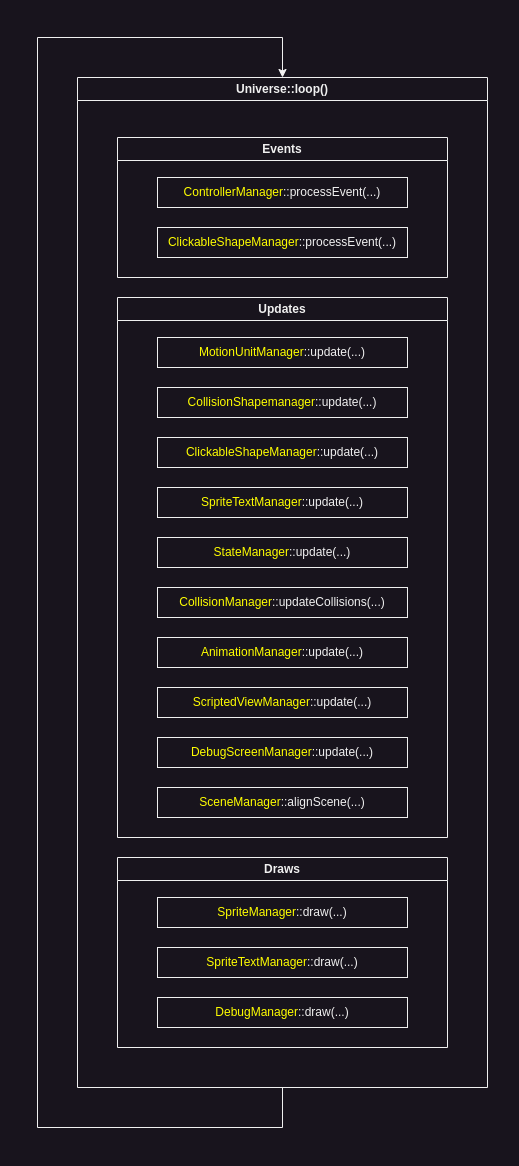
Before: notes/Loop.drawio.png, a diagram exported from draw.io (codeandjoy/SGE). Source tidied: cells renumbered, new cells last; positions are measured from the earlier drawing's top-left corner, leaving out a move shared by most shapes.
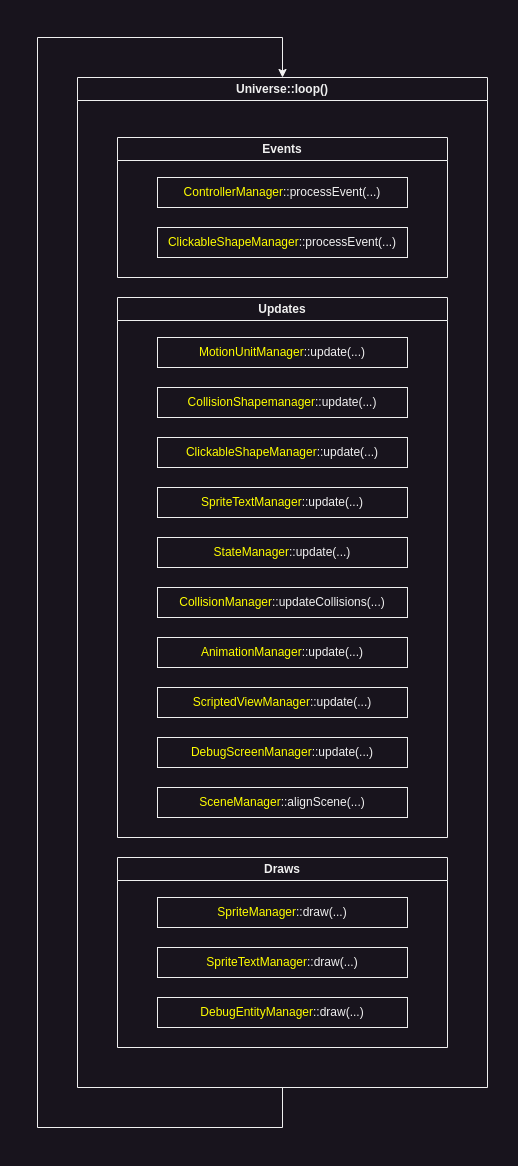
The same file after the commit.

Diff of the diagram source:
```diff
@@ -14,7 +14,7 @@
     <mxCell id="5" value="&lt;font color=&quot;#ffff00&quot;&gt;SpriteTextManager&lt;/font&gt;::draw(...)" style="rounded=0;whiteSpace=wrap;html=1;" parent="3" vertex="1">
       <mxGeometry x="40" y="90" width="250" height="30" as="geometry" />
     </mxCell>
-    <mxCell id="6" value="&lt;font color=&quot;#ffff00&quot;&gt;DebugManager&lt;/font&gt;::draw(...)" style="rounded=0;whiteSpace=wrap;html=1;" parent="3" vertex="1">
+    <mxCell id="6" value="&lt;font color=&quot;#ffff00&quot;&gt;DebugEntityManager&lt;/font&gt;::draw(...)" style="rounded=0;whiteSpace=wrap;html=1;" parent="3" vertex="1">
       <mxGeometry x="40" y="140" width="250" height="30" as="geometry" />
     </mxCell>
     <mxCell id="7" value="Updates" style="swimlane;whiteSpace=wrap;html=1;startSize=23;" parent="2" vertex="1">
```
